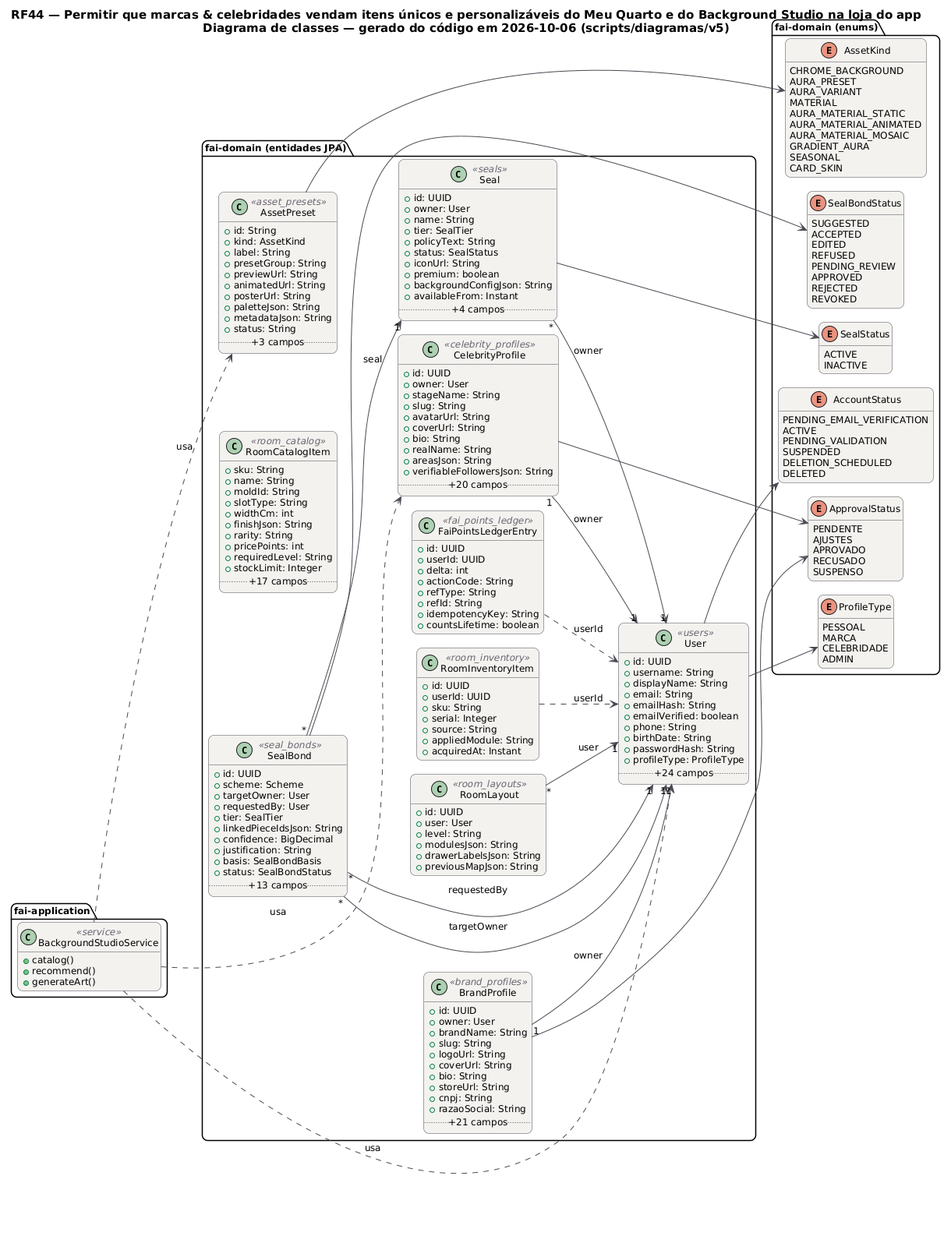
Above: docs/diagramas/RF44/RF44_Classes.png in MatheusHaliski/tcc-2026-fashion-ai-backend (PlantUML), before the change. Its diagram source:
```plantuml
@startuml RF44_Classes
!pragma layout smetana
skinparam backgroundColor #FFFFFF
skinparam shadowing false
skinparam defaultFontName "DejaVu Sans"
skinparam defaultFontSize 12
skinparam titleFontSize 15
skinparam roundcorner 14
skinparam ArrowColor #52606D
skinparam note {
  BackgroundColor #FFFDEB
  BorderColor #D8CE78
  FontColor #554F24
}
skinparam class {
  BackgroundColor #F4F2EF
  BorderColor #4A4852
  ArrowColor #4A4852
  StereotypeFontColor #6B6470
}
hide empty members
left to right direction
title RF44 — Permitir que marcas & celebridades vendam itens únicos e personalizáveis do Meu Quarto e do Background Studio na loja do app\nDiagrama de classes — gerado do código em 2026-10-06 (scripts/diagramas/v5)

package "fai-domain (entidades JPA)" {
  class AssetPreset <<asset_presets>> {
    +id: String
    +kind: AssetKind
    +label: String
    +presetGroup: String
    +previewUrl: String
    +animatedUrl: String
    +posterUrl: String
    +paletteJson: String
    +metadataJson: String
    +status: String
    .. +3 campos ..
  }
  class BrandProfile <<brand_profiles>> {
    +id: UUID
    +owner: User
    +brandName: String
    +slug: String
    +logoUrl: String
    +coverUrl: String
    +bio: String
    +storeUrl: String
    +cnpj: String
    +razaoSocial: String
    .. +21 campos ..
  }
  class CelebrityProfile <<celebrity_profiles>> {
    +id: UUID
    +owner: User
    +stageName: String
    +slug: String
    +avatarUrl: String
    +coverUrl: String
    +bio: String
    +realName: String
    +areasJson: String
    +verifiableFollowersJson: String
    .. +20 campos ..
  }
  class FaiPointsLedgerEntry <<fai_points_ledger>> {
    +id: UUID
    +userId: UUID
    +delta: int
    +actionCode: String
    +refType: String
    +refId: String
    +idempotencyKey: String
    +countsLifetime: boolean
  }
  class RoomCatalogItem <<room_catalog>> {
    +sku: String
    +name: String
    +moldId: String
    +slotType: String
    +widthCm: int
    +finishJson: String
    +rarity: String
    +pricePoints: int
    +requiredLevel: String
    +stockLimit: Integer
    .. +17 campos ..
  }
  class RoomInventoryItem <<room_inventory>> {
    +id: UUID
    +userId: UUID
    +sku: String
    +serial: Integer
    +source: String
    +appliedModule: String
    +acquiredAt: Instant
  }
  class RoomLayout <<room_layouts>> {
    +id: UUID
    +user: User
    +level: String
    +modulesJson: String
    +drawerLabelsJson: String
    +previousMapJson: String
  }
  class Seal <<seals>> {
    +id: UUID
    +owner: User
    +name: String
    +tier: SealTier
    +policyText: String
    +status: SealStatus
    +iconUrl: String
    +premium: boolean
    +backgroundConfigJson: String
    +availableFrom: Instant
    .. +4 campos ..
  }
  class SealBond <<seal_bonds>> {
    +id: UUID
    +scheme: Scheme
    +targetOwner: User
    +requestedBy: User
    +tier: SealTier
    +linkedPieceIdsJson: String
    +confidence: BigDecimal
    +justification: String
    +basis: SealBondBasis
    +status: SealBondStatus
    .. +13 campos ..
  }
  class User <<users>> {
    +id: UUID
    +username: String
    +displayName: String
    +email: String
    +emailHash: String
    +emailVerified: boolean
    +phone: String
    +birthDate: String
    +passwordHash: String
    +profileType: ProfileType
    .. +24 campos ..
  }
}
package "fai-domain (enums)" {
  enum ApprovalStatus {
    PENDENTE
    AJUSTES
    APROVADO
    RECUSADO
    SUSPENSO
  }
  enum SealStatus {
    ACTIVE
    INACTIVE
  }
  enum SealBondStatus {
    SUGGESTED
    ACCEPTED
    EDITED
    REFUSED
    PENDING_REVIEW
    APPROVED
    REJECTED
    REVOKED
  }
  enum AccountStatus {
    PENDING_EMAIL_VERIFICATION
    ACTIVE
    PENDING_VALIDATION
    SUSPENDED
    DELETION_SCHEDULED
    DELETED
  }
  enum AssetKind {
    CHROME_BACKGROUND
    AURA_PRESET
    AURA_VARIANT
    MATERIAL
    AURA_MATERIAL_STATIC
    AURA_MATERIAL_ANIMATED
    AURA_MATERIAL_MOSAIC
    GRADIENT_AURA
    SEASONAL
    CARD_SKIN
  }
  enum ProfileType {
    PESSOAL
    MARCA
    CELEBRIDADE
    ADMIN
  }
}
package "fai-application" {
  class BackgroundStudioService <<service>> {
    +catalog()
    +recommend()
    +generateArt()
  }
}
BackgroundStudioService ..> AssetPreset : usa
BackgroundStudioService ..> CelebrityProfile : usa
BackgroundStudioService ..> User : usa
AssetPreset --> AssetKind
BrandProfile "1" --> "1" User : owner
BrandProfile --> ApprovalStatus
CelebrityProfile "1" --> "1" User : owner
CelebrityProfile --> ApprovalStatus
FaiPointsLedgerEntry ..> User : userId
RoomInventoryItem ..> User : userId
RoomLayout "*" --> "1" User : user
Seal "*" --> "1" User : owner
Seal --> SealStatus
SealBond "*" --> "1" Seal : seal
SealBond "*" --> "1" User : requestedBy
SealBond "*" --> "1" User : targetOwner
SealBond --> SealBondStatus
User --> AccountStatus
User --> ProfileType
@enduml
```
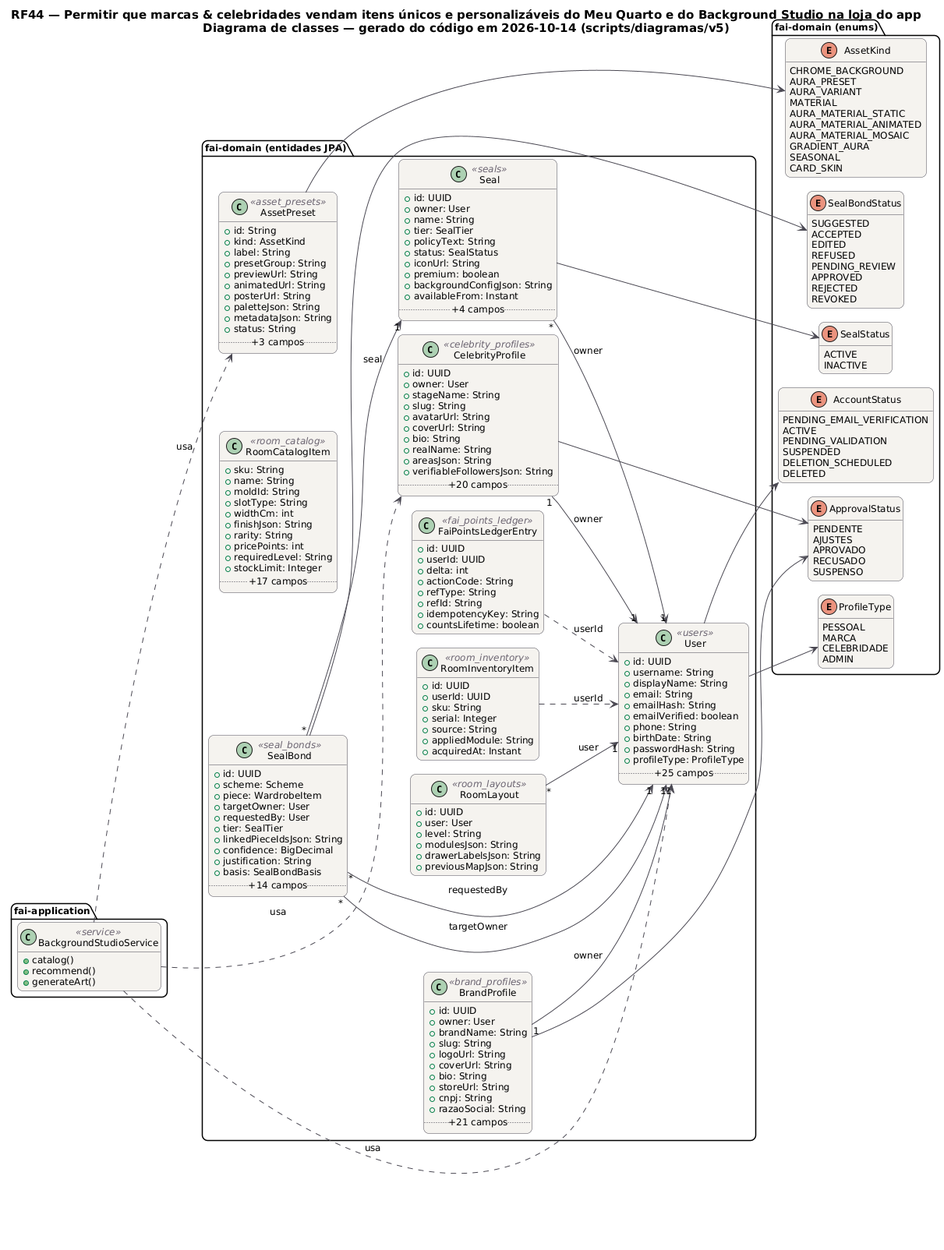
Later version of the same file.

The edit, as a diff of the source:
```diff
@@ -20,7 +20,7 @@
 }
 hide empty members
 left to right direction
-title RF44 — Permitir que marcas & celebridades vendam itens únicos e personalizáveis do Meu Quarto e do Background Studio na loja do app\nDiagrama de classes — gerado do código em 2026-10-06 (scripts/diagramas/v5)
+title RF44 — Permitir que marcas & celebridades vendam itens únicos e personalizáveis do Meu Quarto e do Background Studio na loja do app\nDiagrama de classes — gerado do código em 2026-10-14 (scripts/diagramas/v5)
 
 package "fai-domain (entidades JPA)" {
   class AssetPreset <<asset_presets>> {
@@ -118,6 +118,7 @@
   class SealBond <<seal_bonds>> {
     +id: UUID
     +scheme: Scheme
+    +piece: WardrobeItem
     +targetOwner: User
     +requestedBy: User
     +tier: SealTier
@@ -125,8 +126,7 @@
     +confidence: BigDecimal
     +justification: String
     +basis: SealBondBasis
-    +status: SealBondStatus
-    .. +13 campos ..
+    .. +14 campos ..
   }
   class User <<users>> {
     +id: UUID
@@ -139,7 +139,7 @@
     +birthDate: String
     +passwordHash: String
     +profileType: ProfileType
-    .. +24 campos ..
+    .. +25 campos ..
   }
 }
 package "fai-domain (enums)" {
```
